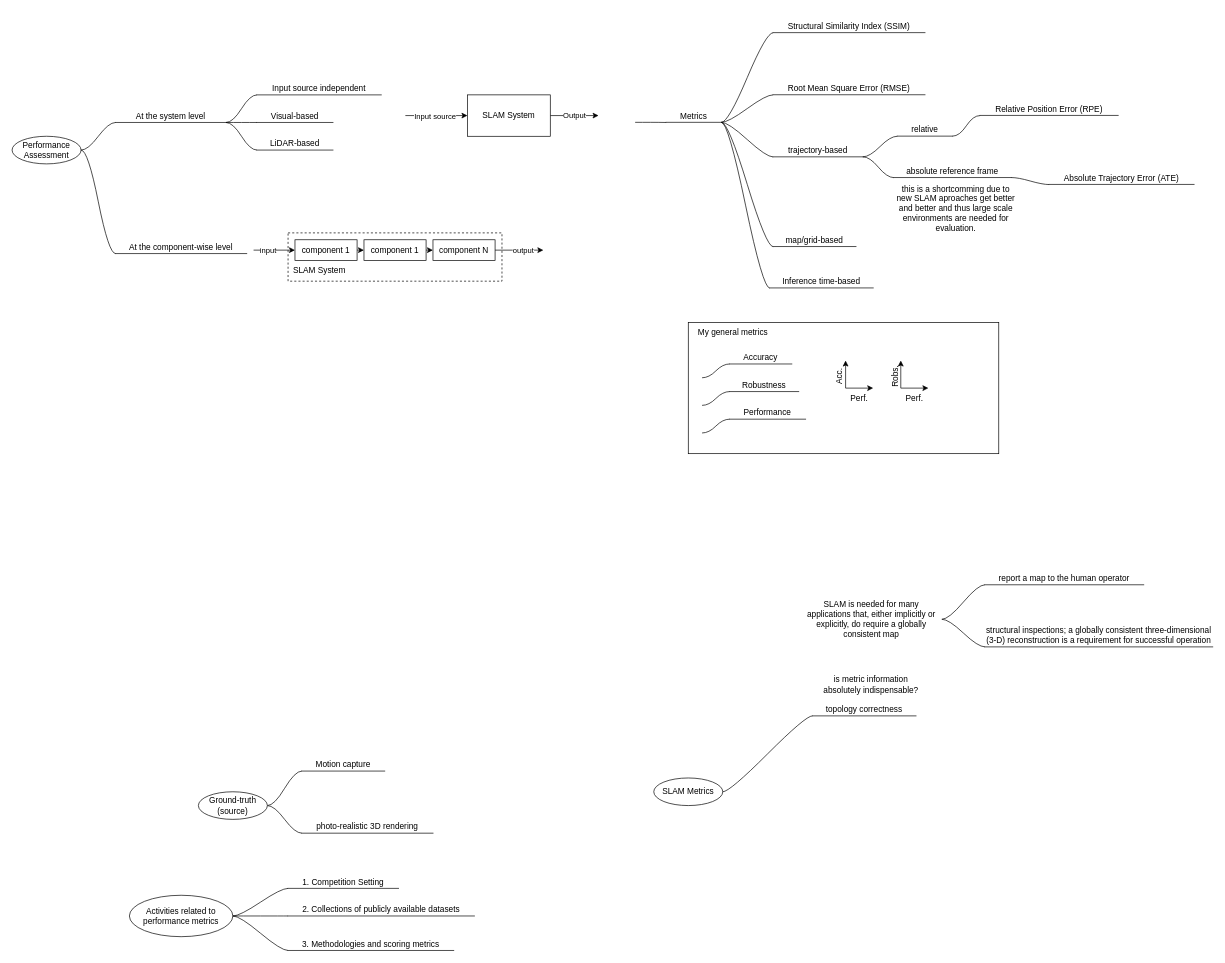
Before: page "metrics" (4 of 6) of research-and-develpment-feature-descriptors.drawio in harleylara/research-and-development-ws23, a draw.io diagram. Source tidied: cells renumbered, new cells numbered last; positions are measured from the earlier drawing's top-left corner, leaving out a move shared by most shapes. Both pictures are drawn from the tidied source at 69%, with x=0, y=0 at pixel (12, 12).
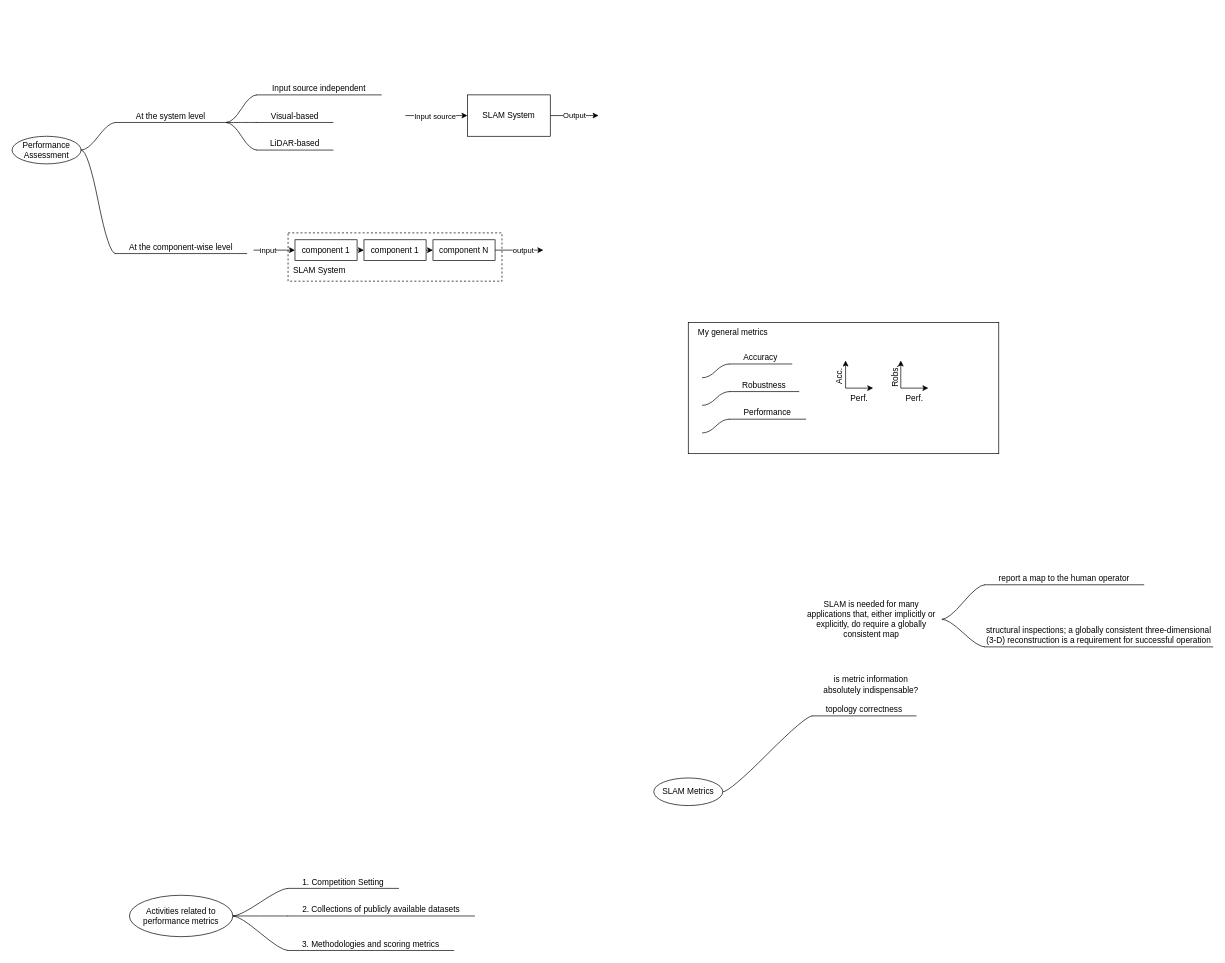
Above is the later version.

The edit, as a diff of the source:
```diff
@@
-    <mxCell id="3" value="Metrics" style="whiteSpace=wrap;html=1;shape=partialRectangle;top=0;left=0;bottom=1;right=0;points=[[0,1],[1,1]];fillColor=none;align=center;verticalAlign=bottom;routingCenterY=0.5;snapToPoint=1;newEdgeStyle={&quot;edgeStyle&quot;:&quot;entityRelationEdgeStyle&quot;,&quot;startArrow&quot;:&quot;none&quot;,&quot;endArrow&quot;:&quot;none&quot;,&quot;segment&quot;:10,&quot;curved&quot;:1,&quot;sourcePerimeterSpacing&quot;:0,&quot;targetPerimeterSpacing&quot;:0};" parent="1" vertex="1">
-      <mxGeometry x="948" y="129.8" width="80" height="30" as="geometry" />
-    </mxCell>
-    <mxCell id="4" style="edgeStyle=entityRelationEdgeStyle;startArrow=none;endArrow=none;segment=10;curved=1;sourcePerimeterSpacing=0;targetPerimeterSpacing=0;rounded=0;" parent="1" edge="1" target="3">
-      <mxGeometry relative="1" as="geometry">
-        <mxPoint x="903" y="159.8" as="sourcePoint" />
-      </mxGeometry>
-    </mxCell>
-    <mxCell id="5" value="Structural Similarity Index (SSIM)" style="whiteSpace=wrap;html=1;shape=partialRectangle;top=0;left=0;bottom=1;right=0;points=[[0,1],[1,1]];fillColor=none;align=center;verticalAlign=bottom;routingCenterY=0.5;snapToPoint=1;newEdgeStyle={&quot;edgeStyle&quot;:&quot;entityRelationEdgeStyle&quot;,&quot;startArrow&quot;:&quot;none&quot;,&quot;endArrow&quot;:&quot;none&quot;,&quot;segment&quot;:10,&quot;curved&quot;:1,&quot;sourcePerimeterSpacing&quot;:0,&quot;targetPerimeterSpacing&quot;:0};" parent="1" vertex="1">
-      <mxGeometry x="1103" y="-0.2" width="220" height="30" as="geometry" />
-    </mxCell>
-    <mxCell id="6" style="edgeStyle=entityRelationEdgeStyle;startArrow=none;endArrow=none;segment=10;curved=1;sourcePerimeterSpacing=0;targetPerimeterSpacing=0;rounded=0;exitX=1;exitY=1;exitDx=0;exitDy=0;" parent="1" edge="1" source="3" target="5">
-      <mxGeometry relative="1" as="geometry" />
-    </mxCell>
-    <mxCell id="7" value="Root Mean Square Error (RMSE)" style="whiteSpace=wrap;html=1;shape=partialRectangle;top=0;left=0;bottom=1;right=0;points=[[0,1],[1,1]];fillColor=none;align=center;verticalAlign=bottom;routingCenterY=0.5;snapToPoint=1;newEdgeStyle={&quot;edgeStyle&quot;:&quot;entityRelationEdgeStyle&quot;,&quot;startArrow&quot;:&quot;none&quot;,&quot;endArrow&quot;:&quot;none&quot;,&quot;segment&quot;:10,&quot;curved&quot;:1,&quot;sourcePerimeterSpacing&quot;:0,&quot;targetPerimeterSpacing&quot;:0};" parent="1" vertex="1">
-      <mxGeometry x="1103" y="89.8" width="220" height="30" as="geometry" />
-    </mxCell>
-    <mxCell id="8" style="edgeStyle=entityRelationEdgeStyle;startArrow=none;endArrow=none;segment=10;curved=1;sourcePerimeterSpacing=0;targetPerimeterSpacing=0;rounded=0;exitX=1;exitY=1;exitDx=0;exitDy=0;" parent="1" edge="1" source="3" target="7">
-      <mxGeometry relative="1" as="geometry" />
-    </mxCell>
@@
-    <mxCell id="11" value="trajectory-based" style="whiteSpace=wrap;html=1;shape=partialRectangle;top=0;left=0;bottom=1;right=0;points=[[0,1],[1,1]];fillColor=none;align=center;verticalAlign=bottom;routingCenterY=0.5;snapToPoint=1;newEdgeStyle={&quot;edgeStyle&quot;:&quot;entityRelationEdgeStyle&quot;,&quot;startArrow&quot;:&quot;none&quot;,&quot;endArrow&quot;:&quot;none&quot;,&quot;segment&quot;:10,&quot;curved&quot;:1,&quot;sourcePerimeterSpacing&quot;:0,&quot;targetPerimeterSpacing&quot;:0};" parent="1" vertex="1">
-      <mxGeometry x="1103" y="179.8" width="130" height="30" as="geometry" />
-    </mxCell>
-    <mxCell id="12" style="edgeStyle=entityRelationEdgeStyle;startArrow=none;endArrow=none;segment=10;curved=1;sourcePerimeterSpacing=0;targetPerimeterSpacing=0;rounded=0;exitX=1;exitY=1;exitDx=0;exitDy=0;" parent="1" edge="1" source="3" target="11">
-      <mxGeometry relative="1" as="geometry" />
-    </mxCell>
-    <mxCell id="13" value="map/grid-based" style="whiteSpace=wrap;html=1;shape=partialRectangle;top=0;left=0;bottom=1;right=0;points=[[0,1],[1,1]];fillColor=none;align=center;verticalAlign=bottom;routingCenterY=0.5;snapToPoint=1;newEdgeStyle={&quot;edgeStyle&quot;:&quot;entityRelationEdgeStyle&quot;,&quot;startArrow&quot;:&quot;none&quot;,&quot;endArrow&quot;:&quot;none&quot;,&quot;segment&quot;:10,&quot;curved&quot;:1,&quot;sourcePerimeterSpacing&quot;:0,&quot;targetPerimeterSpacing&quot;:0};" parent="1" vertex="1">
-      <mxGeometry x="1103" y="309.8" width="120" height="30" as="geometry" />
-    </mxCell>
-    <mxCell id="14" style="edgeStyle=entityRelationEdgeStyle;startArrow=none;endArrow=none;segment=10;curved=1;sourcePerimeterSpacing=0;targetPerimeterSpacing=0;rounded=0;exitX=1;exitY=1;exitDx=0;exitDy=0;" parent="1" edge="1" source="3" target="13">
-      <mxGeometry relative="1" as="geometry" />
-    </mxCell>
-    <mxCell id="15" value="relative" style="whiteSpace=wrap;html=1;shape=partialRectangle;top=0;left=0;bottom=1;right=0;points=[[0,1],[1,1]];fillColor=none;align=center;verticalAlign=bottom;routingCenterY=0.5;snapToPoint=1;newEdgeStyle={&quot;edgeStyle&quot;:&quot;entityRelationEdgeStyle&quot;,&quot;startArrow&quot;:&quot;none&quot;,&quot;endArrow&quot;:&quot;none&quot;,&quot;segment&quot;:10,&quot;curved&quot;:1,&quot;sourcePerimeterSpacing&quot;:0,&quot;targetPerimeterSpacing&quot;:0};" parent="1" vertex="1">
-      <mxGeometry x="1283" y="149.8" width="80" height="30" as="geometry" />
-    </mxCell>
-    <mxCell id="16" style="edgeStyle=entityRelationEdgeStyle;startArrow=none;endArrow=none;segment=10;curved=1;sourcePerimeterSpacing=0;targetPerimeterSpacing=0;rounded=0;exitX=1;exitY=1;exitDx=0;exitDy=0;" parent="1" edge="1" source="11" target="15">
-      <mxGeometry relative="1" as="geometry" />
-    </mxCell>
-    <mxCell id="17" value="absolute reference frame" style="whiteSpace=wrap;html=1;shape=partialRectangle;top=0;left=0;bottom=1;right=0;points=[[0,1],[1,1]];fillColor=none;align=center;verticalAlign=bottom;routingCenterY=0.5;snapToPoint=1;newEdgeStyle={&quot;edgeStyle&quot;:&quot;entityRelationEdgeStyle&quot;,&quot;startArrow&quot;:&quot;none&quot;,&quot;endArrow&quot;:&quot;none&quot;,&quot;segment&quot;:10,&quot;curved&quot;:1,&quot;sourcePerimeterSpacing&quot;:0,&quot;targetPerimeterSpacing&quot;:0};" parent="1" vertex="1">
-      <mxGeometry x="1278" y="209.8" width="170" height="30" as="geometry" />
-    </mxCell>
-    <mxCell id="18" style="edgeStyle=entityRelationEdgeStyle;startArrow=none;endArrow=none;segment=10;curved=1;sourcePerimeterSpacing=0;targetPerimeterSpacing=0;rounded=0;exitX=1;exitY=1;exitDx=0;exitDy=0;" parent="1" edge="1" source="11" target="17">
-      <mxGeometry relative="1" as="geometry" />
-    </mxCell>
-    <mxCell id="19" value="this is a shortcomming due to new SLAM aproaches get better and better&amp;nbsp;and thus large scale environments are needed for evaluation." style="text;html=1;strokeColor=none;fillColor=none;align=center;verticalAlign=middle;whiteSpace=wrap;rounded=0;" parent="1" vertex="1">
-      <mxGeometry x="1278" y="249.8" width="180" height="70" as="geometry" />
-    </mxCell>
@@
-    <mxCell id="22" value="Absolute Trajectory Error (ATE)" style="whiteSpace=wrap;html=1;shape=partialRectangle;top=0;left=0;bottom=1;right=0;points=[[0,1],[1,1]];fillColor=none;align=center;verticalAlign=bottom;routingCenterY=0.5;snapToPoint=1;newEdgeStyle={&quot;edgeStyle&quot;:&quot;entityRelationEdgeStyle&quot;,&quot;startArrow&quot;:&quot;none&quot;,&quot;endArrow&quot;:&quot;none&quot;,&quot;segment&quot;:10,&quot;curved&quot;:1,&quot;sourcePerimeterSpacing&quot;:0,&quot;targetPerimeterSpacing&quot;:0};" parent="1" vertex="1">
-      <mxGeometry x="1503" y="219.8" width="210" height="30" as="geometry" />
-    </mxCell>
-    <mxCell id="23" style="edgeStyle=entityRelationEdgeStyle;startArrow=none;endArrow=none;segment=10;curved=1;sourcePerimeterSpacing=0;targetPerimeterSpacing=0;rounded=0;exitX=1;exitY=1;exitDx=0;exitDy=0;" parent="1" edge="1" source="17" target="22">
-      <mxGeometry relative="1" as="geometry" />
-    </mxCell>
-    <mxCell id="24" value="Relative Position Error (RPE)" style="whiteSpace=wrap;html=1;shape=partialRectangle;top=0;left=0;bottom=1;right=0;points=[[0,1],[1,1]];fillColor=none;align=center;verticalAlign=bottom;routingCenterY=0.5;snapToPoint=1;newEdgeStyle={&quot;edgeStyle&quot;:&quot;entityRelationEdgeStyle&quot;,&quot;startArrow&quot;:&quot;none&quot;,&quot;endArrow&quot;:&quot;none&quot;,&quot;segment&quot;:10,&quot;curved&quot;:1,&quot;sourcePerimeterSpacing&quot;:0,&quot;targetPerimeterSpacing&quot;:0};" parent="1" vertex="1">
-      <mxGeometry x="1403" y="119.8" width="200" height="30" as="geometry" />
-    </mxCell>
-    <mxCell id="25" style="edgeStyle=entityRelationEdgeStyle;startArrow=none;endArrow=none;segment=10;curved=1;sourcePerimeterSpacing=0;targetPerimeterSpacing=0;rounded=0;exitX=1;exitY=1;exitDx=0;exitDy=0;" parent="1" edge="1" source="15" target="24">
-      <mxGeometry relative="1" as="geometry" />
-    </mxCell>
-    <mxCell id="26" value="Motion capture" style="whiteSpace=wrap;html=1;shape=partialRectangle;top=0;left=0;bottom=1;right=0;points=[[0,1],[1,1]];fillColor=none;align=center;verticalAlign=bottom;routingCenterY=0.5;snapToPoint=1;newEdgeStyle={&quot;edgeStyle&quot;:&quot;entityRelationEdgeStyle&quot;,&quot;startArrow&quot;:&quot;none&quot;,&quot;endArrow&quot;:&quot;none&quot;,&quot;segment&quot;:10,&quot;curved&quot;:1,&quot;sourcePerimeterSpacing&quot;:0,&quot;targetPerimeterSpacing&quot;:0};" parent="1" vertex="1">
-      <mxGeometry x="420" y="1070" width="120" height="30" as="geometry" />
-    </mxCell>
-    <mxCell id="27" style="edgeStyle=entityRelationEdgeStyle;startArrow=none;endArrow=none;segment=10;curved=1;sourcePerimeterSpacing=0;targetPerimeterSpacing=0;rounded=0;exitX=1;exitY=0.5;exitDx=0;exitDy=0;" parent="1" edge="1" source="30" target="26">
-      <mxGeometry relative="1" as="geometry" />
-    </mxCell>
-    <mxCell id="28" value="photo-realistic 3D rendering" style="whiteSpace=wrap;html=1;shape=partialRectangle;top=0;left=0;bottom=1;right=0;points=[[0,1],[1,1]];fillColor=none;align=center;verticalAlign=bottom;routingCenterY=0.5;snapToPoint=1;newEdgeStyle={&quot;edgeStyle&quot;:&quot;entityRelationEdgeStyle&quot;,&quot;startArrow&quot;:&quot;none&quot;,&quot;endArrow&quot;:&quot;none&quot;,&quot;segment&quot;:10,&quot;curved&quot;:1,&quot;sourcePerimeterSpacing&quot;:0,&quot;targetPerimeterSpacing&quot;:0};" parent="1" vertex="1">
-      <mxGeometry x="420" y="1160" width="190" height="30" as="geometry" />
-    </mxCell>
-    <mxCell id="29" style="edgeStyle=entityRelationEdgeStyle;startArrow=none;endArrow=none;segment=10;curved=1;sourcePerimeterSpacing=0;targetPerimeterSpacing=0;rounded=0;exitX=1;exitY=0.5;exitDx=0;exitDy=0;" parent="1" edge="1" source="30" target="28">
-      <mxGeometry relative="1" as="geometry" />
-    </mxCell>
-    <mxCell id="30" value="Ground-truth&lt;br&gt;(source)" style="ellipse;whiteSpace=wrap;html=1;align=center;newEdgeStyle={&quot;edgeStyle&quot;:&quot;entityRelationEdgeStyle&quot;,&quot;startArrow&quot;:&quot;none&quot;,&quot;endArrow&quot;:&quot;none&quot;,&quot;segment&quot;:10,&quot;curved&quot;:1,&quot;sourcePerimeterSpacing&quot;:0,&quot;targetPerimeterSpacing&quot;:0};" parent="1" vertex="1">
-      <mxGeometry x="270" y="1130" width="100" height="40" as="geometry" />
-    </mxCell>
@@
-    <mxCell id="85" value="Inference time-based" style="whiteSpace=wrap;html=1;shape=partialRectangle;top=0;left=0;bottom=1;right=0;points=[[0,1],[1,1]];fillColor=none;align=center;verticalAlign=bottom;routingCenterY=0.5;snapToPoint=1;newEdgeStyle={&quot;edgeStyle&quot;:&quot;entityRelationEdgeStyle&quot;,&quot;startArrow&quot;:&quot;none&quot;,&quot;endArrow&quot;:&quot;none&quot;,&quot;segment&quot;:10,&quot;curved&quot;:1,&quot;sourcePerimeterSpacing&quot;:0,&quot;targetPerimeterSpacing&quot;:0};" parent="1" vertex="1">
-      <mxGeometry x="1098" y="369.8" width="150" height="30" as="geometry" />
-    </mxCell>
-    <mxCell id="86" style="edgeStyle=entityRelationEdgeStyle;startArrow=none;endArrow=none;segment=10;curved=1;sourcePerimeterSpacing=0;targetPerimeterSpacing=0;rounded=0;exitX=1;exitY=1;exitDx=0;exitDy=0;" parent="1" edge="1" source="3" target="85">
-      <mxGeometry relative="1" as="geometry" />
-    </mxCell>
```
